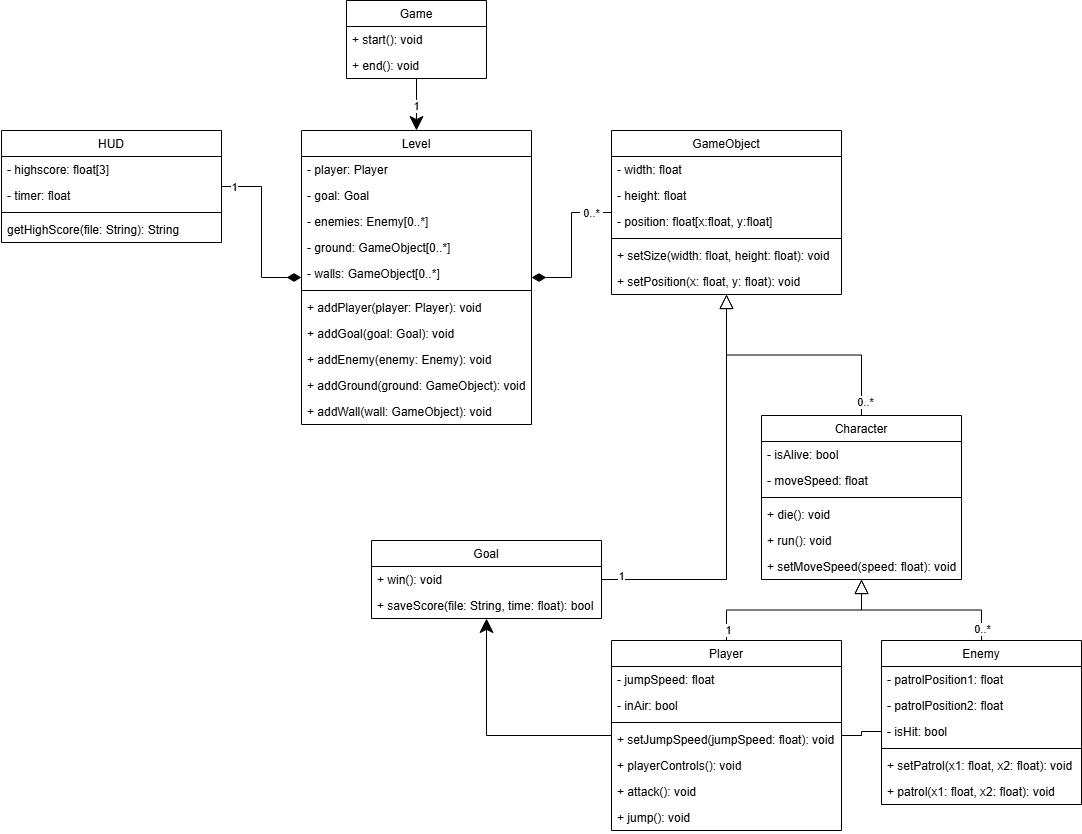
This is class-diagram.drawio.png from OscarLarm/sfml-platformer, a draw.io export, as it was before one commit. Source tidied: cells renumbered, new cells last; positions are measured from the earlier drawing's top-left corner, leaving out a move shared by most shapes.
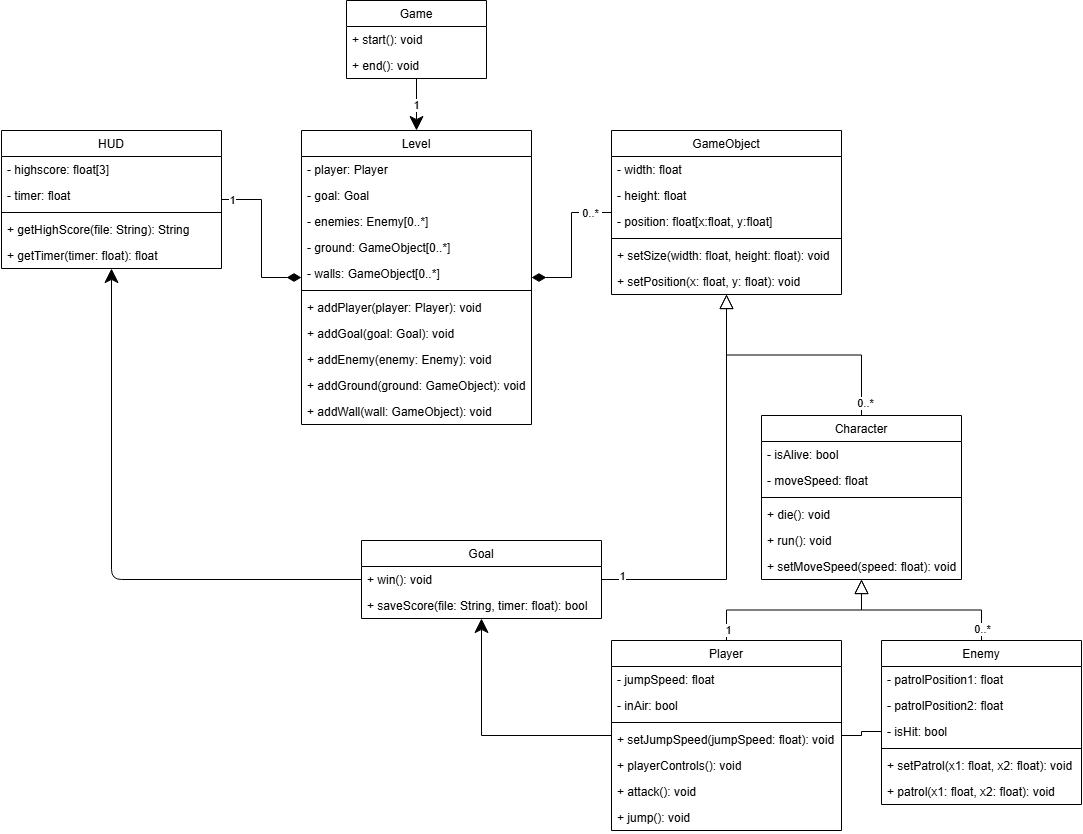
Above is the later version.

Commit message:
Update class-diagram, change Goal class.

What changed in the source:
```diff
@@ -64,7 +64,7 @@
       </mxGeometry>
     </mxCell>
     <mxCell id="21" value="HUD" style="swimlane;fontStyle=0;horizontal=1;startSize=26;fillColor=none;" parent="1" vertex="1">
-      <mxGeometry y="130" width="220" height="112" as="geometry" />
+      <mxGeometry y="130" width="220" height="138" as="geometry" />
     </mxCell>
     <mxCell id="22" value="- highscore: float[3]" style="text;strokeColor=none;fillColor=none;align=left;verticalAlign=top;spacingLeft=4;spacingRight=4;overflow=hidden;strokeWidth=2;" parent="21" vertex="1">
       <mxGeometry y="26" width="220" height="26" as="geometry" />
@@ -75,9 +75,12 @@
     <mxCell id="24" style="line;strokeWidth=1;fillColor=none;align=left;verticalAlign=middle;spacingTop=-1;spacingLeft=3;spacingRight=3;labelPosition=right;strokeColor=inherit;" parent="21" vertex="1">
       <mxGeometry y="78" width="220" height="8" as="geometry" />
     </mxCell>
-    <mxCell id="25" value="getHighScore(file: String): String" style="text;strokeColor=none;fillColor=none;align=left;verticalAlign=top;spacingLeft=4;spacingRight=4;overflow=hidden;strokeWidth=2;" parent="21" vertex="1">
+    <mxCell id="25" value="+ getHighScore(file: String): String" style="text;strokeColor=none;fillColor=none;align=left;verticalAlign=top;spacingLeft=4;spacingRight=4;overflow=hidden;strokeWidth=2;" parent="21" vertex="1">
       <mxGeometry y="86" width="220" height="26" as="geometry" />
     </mxCell>
+    <mxCell id="70" value="+ getTimer(timer: float): float" style="text;strokeColor=none;fillColor=none;align=left;verticalAlign=top;spacingLeft=4;spacingRight=4;overflow=hidden;" parent="21" vertex="1">
+      <mxGeometry y="112" width="220" height="26" as="geometry" />
+    </mxCell>
     <mxCell id="26" style="edgeStyle=orthogonalEdgeStyle;rounded=0;html=1;strokeWidth=1;endArrow=diamondThin;endFill=1;endSize=12;" parent="1" edge="1" source="28" target="7">
       <mxGeometry relative="1" as="geometry" />
     </mxCell>
@@ -207,16 +210,19 @@
       </mxGeometry>
     </mxCell>
     <mxCell id="66" value="Goal" style="swimlane;fontStyle=0;horizontal=1;startSize=26;fillColor=none;" parent="1" vertex="1">
-      <mxGeometry x="370" y="540" width="230" height="78" as="geometry" />
+      <mxGeometry x="360" y="540" width="240" height="78" as="geometry" />
     </mxCell>
     <mxCell id="67" value="+ win(): void" style="text;strokeColor=none;fillColor=none;align=left;verticalAlign=top;spacingLeft=4;spacingRight=4;overflow=hidden;points=[[0,0.5],[1,0.5]];portConstraint=eastwest;strokeWidth=2;" parent="66" vertex="1">
-      <mxGeometry y="26" width="230" height="26" as="geometry" />
+      <mxGeometry y="26" width="240" height="26" as="geometry" />
     </mxCell>
-    <mxCell id="68" value="+ saveScore(file: String, time: float): bool" style="text;strokeColor=none;fillColor=none;align=left;verticalAlign=top;spacingLeft=4;spacingRight=4;overflow=hidden;strokeWidth=2;" parent="66" vertex="1">
-      <mxGeometry y="52" width="230" height="26" as="geometry" />
+    <mxCell id="68" value="+ saveScore(file: String, timer: float): bool" style="text;strokeColor=none;fillColor=none;align=left;verticalAlign=top;spacingLeft=4;spacingRight=4;overflow=hidden;strokeWidth=2;" parent="66" vertex="1">
+      <mxGeometry y="52" width="240" height="26" as="geometry" />
     </mxCell>
     <mxCell id="69" style="edgeStyle=orthogonalEdgeStyle;html=1;fontSize=12;endArrow=none;endFill=0;rounded=0;" parent="1" edge="1" source="60" target="47">
       <mxGeometry relative="1" as="geometry" />
     </mxCell>
+    <mxCell id="71" style="edgeStyle=orthogonalEdgeStyle;html=1;endSize=12;" parent="1" edge="1" source="67" target="21">
+      <mxGeometry relative="1" as="geometry" />
+    </mxCell>
   </root>
 </mxGraphModel>
```
